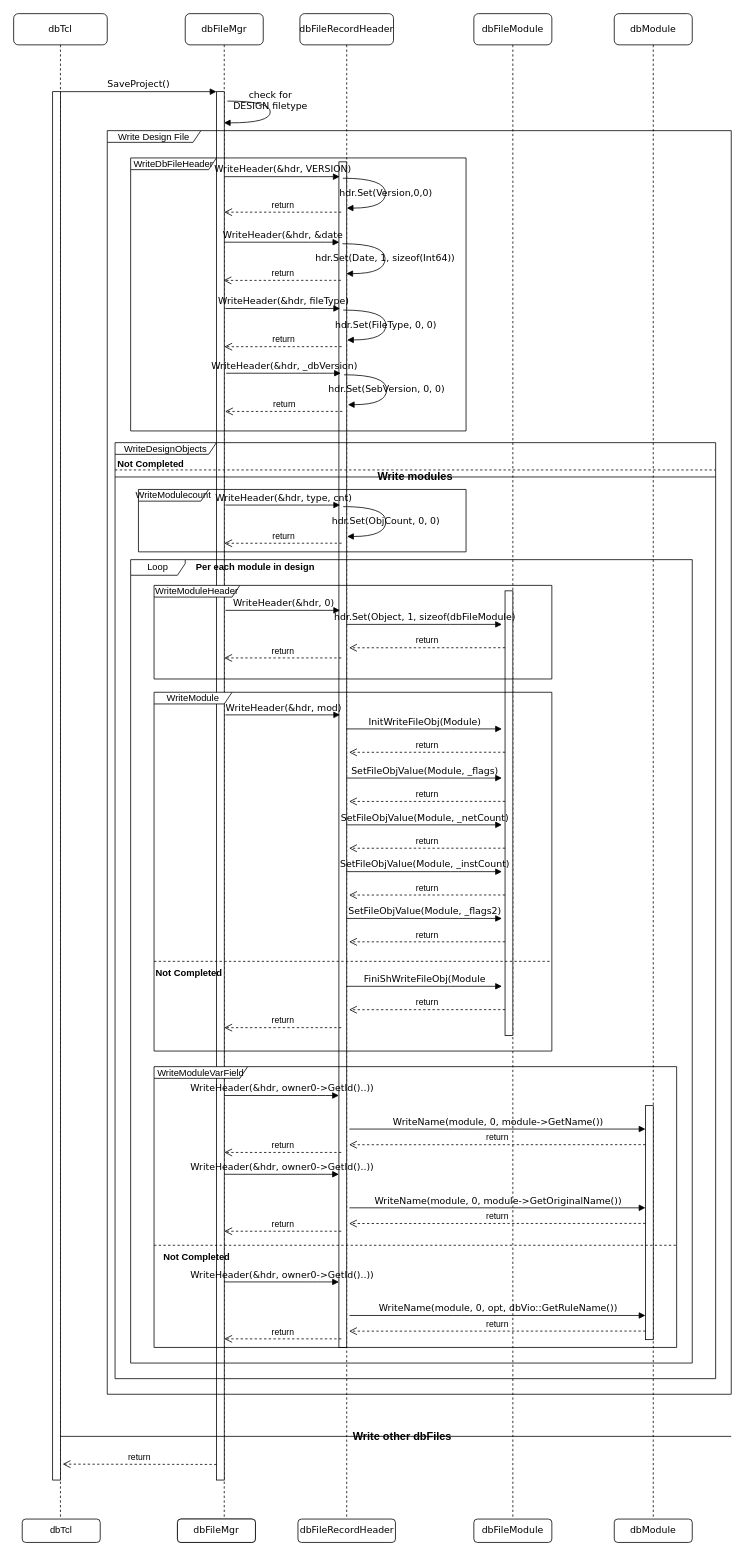
Above: Untitled Diagram.drawio in RebeccaY/start (draw.io), before the change. Source tidied: cells renumbered, new cells numbered last; positions are measured from the earlier drawing's top-left corner, leaving out a move shared by most shapes. Both pictures are drawn from the tidied source at 78%, with x=0, y=0 at pixel (13, 13).
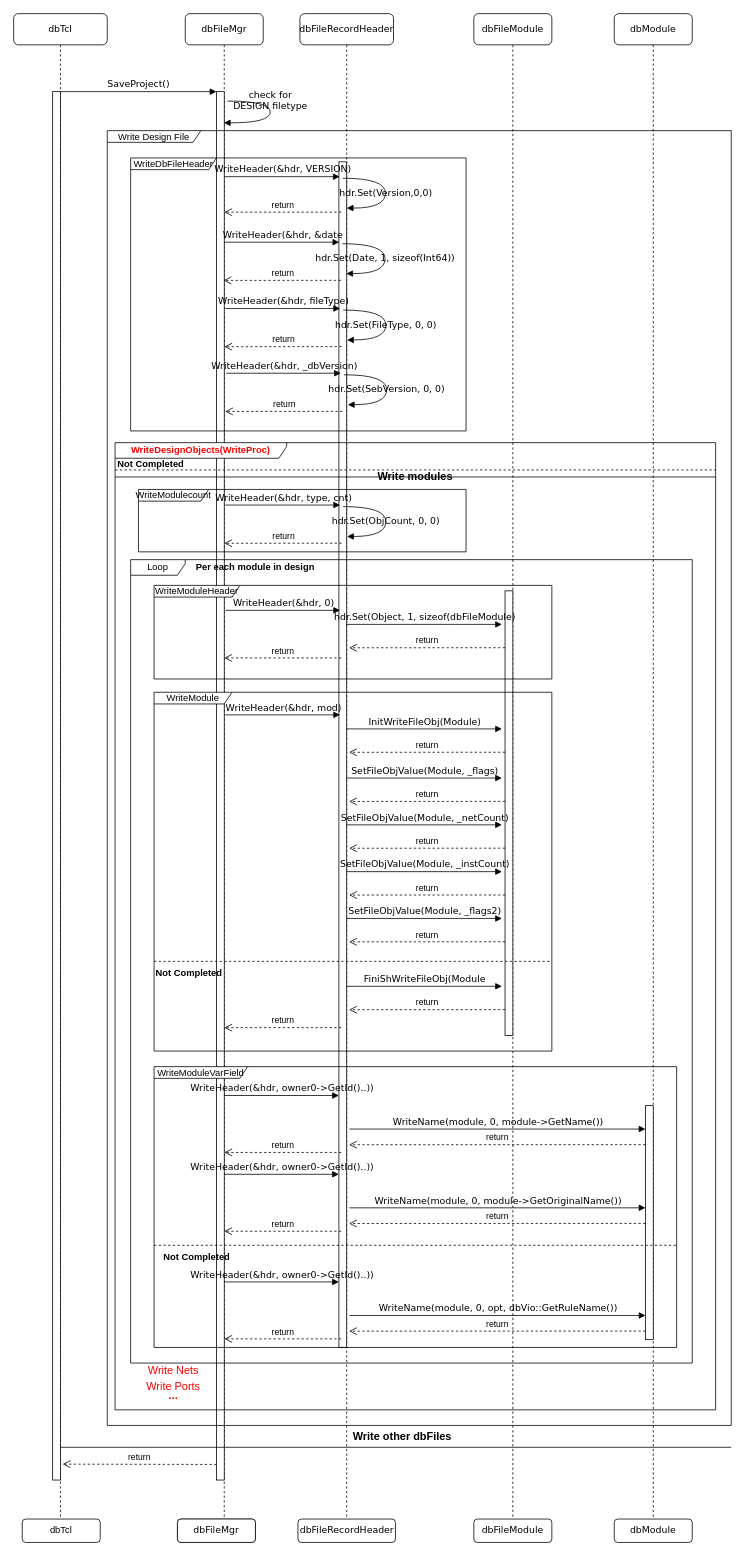
The same page after the edit.

The edit, as a diff of the source:
```diff
@@
-    <mxCell id="70" value="WriteDesignObjects" style="shape=umlFrame;whiteSpace=wrap;html=1;width=130;height=15;" parent="1" vertex="1">
-      <mxGeometry x="130" y="550" width="770" height="1200" as="geometry" />
+    <mxCell id="70" value="&lt;font color=&quot;#ff0000&quot;&gt;&lt;b&gt;WriteDesignObjects(WriteProc)&lt;/b&gt;&lt;/font&gt;" style="shape=umlFrame;whiteSpace=wrap;html=1;width=220;height=20;" parent="1" vertex="1">
+      <mxGeometry x="130" y="550" width="770" height="1240" as="geometry" />
     </mxCell>
@@
     <mxCell id="73" value="Write Design File" style="shape=umlFrame;whiteSpace=wrap;html=1;width=120;height=15;" parent="1" vertex="1">
-      <mxGeometry x="120" y="150" width="800" height="1620" as="geometry" />
+      <mxGeometry x="120" y="150" width="800" height="1660" as="geometry" />
     </mxCell>
@@
     <mxCell id="77" style="line;strokeWidth=1;fillColor=none;align=left;verticalAlign=middle;spacingTop=-1;spacingLeft=3;spacingRight=3;labelPosition=right;" parent="1" vertex="1">
-      <mxGeometry x="60" y="1820" width="860" height="8" as="geometry" />
+      <mxGeometry x="60" y="1834" width="860" height="8" as="geometry" />
     </mxCell>
@@
+    <mxCell id="85" value="&lt;font style=&quot;font-size: 14px&quot; color=&quot;#ff0000&quot;&gt;Write Nets&lt;/font&gt;" style="text;html=1;strokeColor=none;fillColor=none;align=center;verticalAlign=middle;whiteSpace=wrap;rounded=0;" parent="1" vertex="1">
+      <mxGeometry x="160" y="1730" width="90" height="20" as="geometry" />
+    </mxCell>
+    <mxCell id="86" value="&lt;font style=&quot;font-size: 14px&quot; color=&quot;#ff0000&quot;&gt;Write Ports&lt;/font&gt;" style="text;html=1;strokeColor=none;fillColor=none;align=center;verticalAlign=middle;whiteSpace=wrap;rounded=0;" parent="1" vertex="1">
+      <mxGeometry x="160" y="1750" width="90" height="20" as="geometry" />
+    </mxCell>
+    <mxCell id="87" value="&lt;font style=&quot;font-size: 14px&quot; color=&quot;#ff0000&quot;&gt;&lt;b&gt;...&lt;/b&gt;&lt;/font&gt;" style="text;html=1;strokeColor=none;fillColor=none;align=center;verticalAlign=middle;whiteSpace=wrap;rounded=0;" parent="1" vertex="1">
+      <mxGeometry x="160" y="1762" width="90" height="20" as="geometry" />
+    </mxCell>
```
